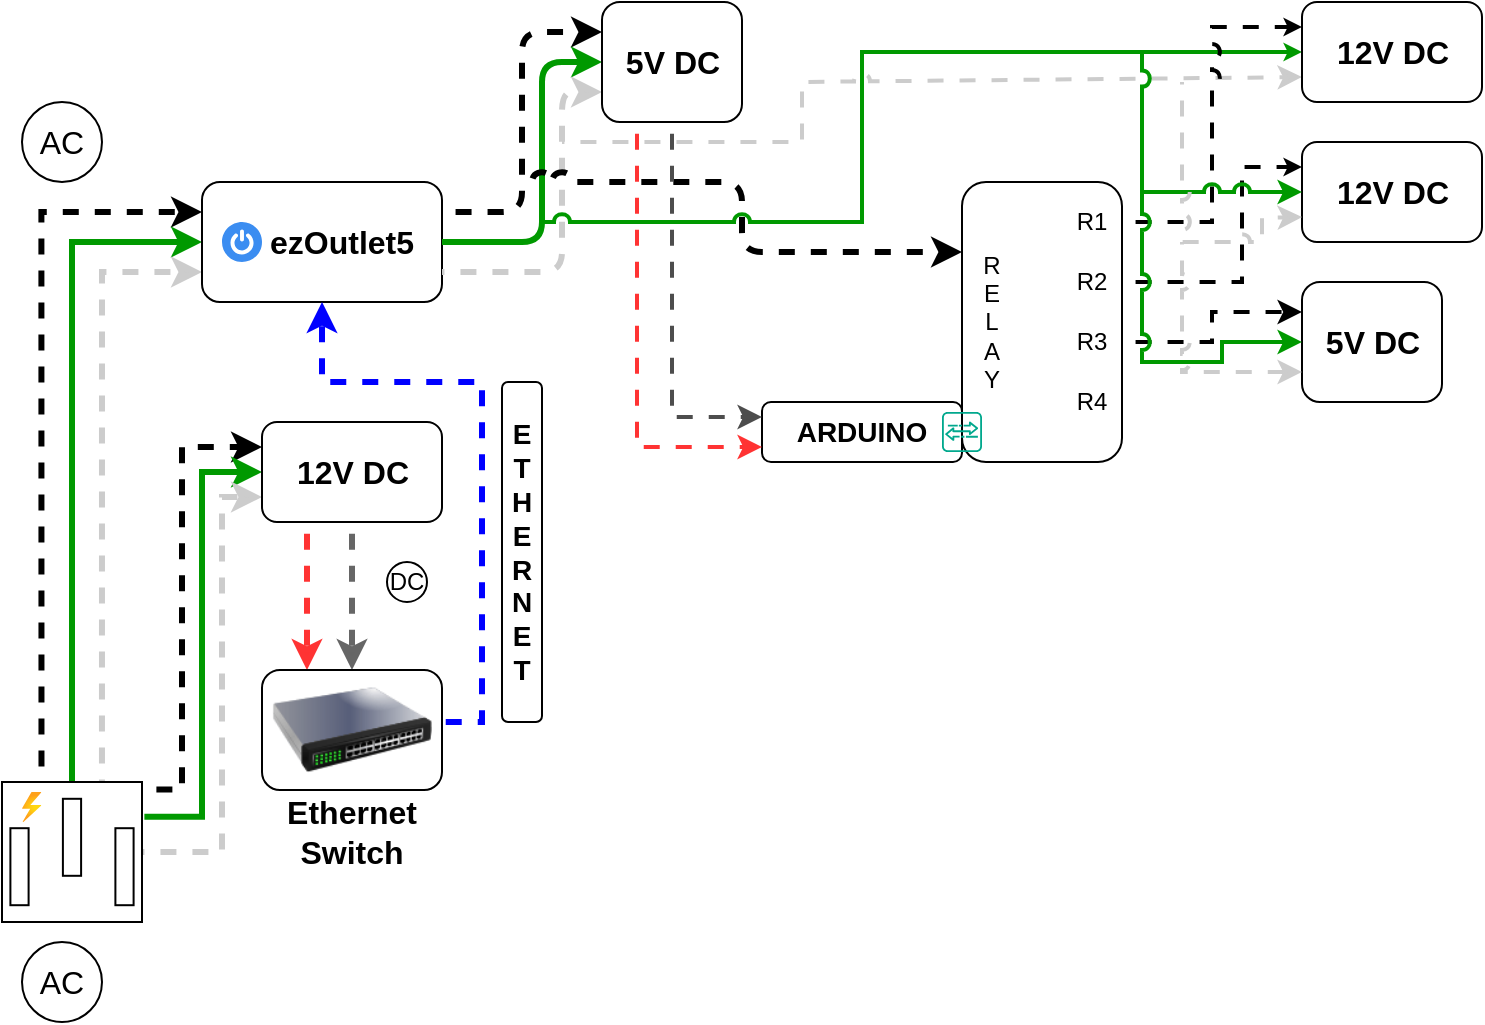
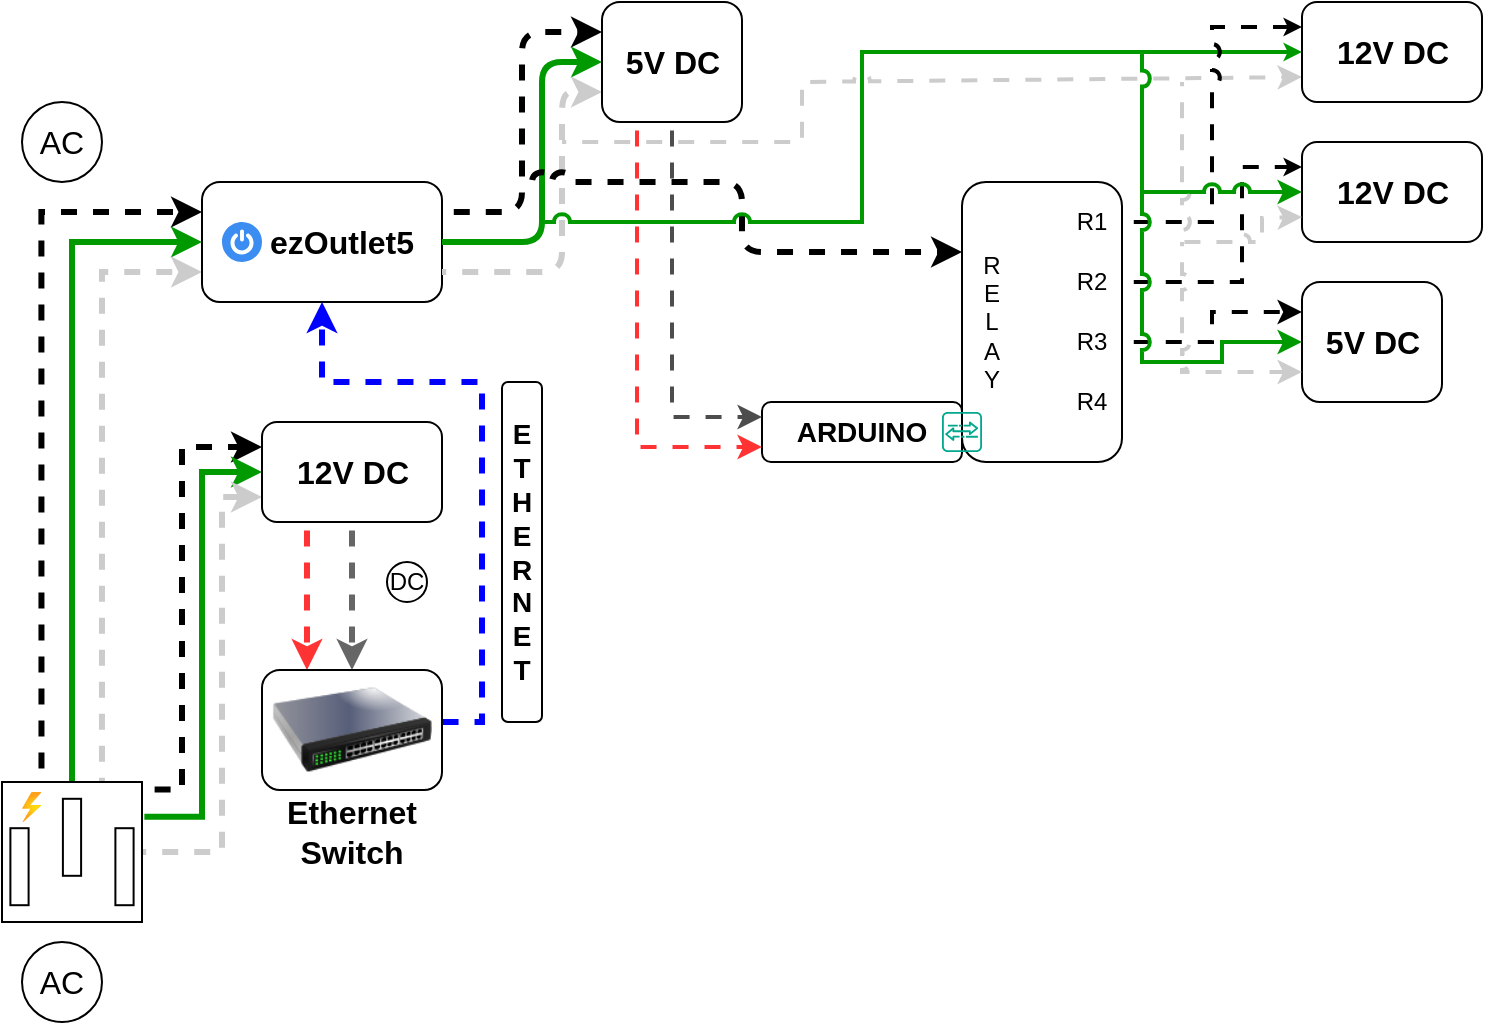
<mxfile host="app.diagrams.net" agent="Mozilla/5.0 (Windows NT 10.0; Win64; x64) AppleWebKit/537.36 (KHTML, like Gecko) Chrome/131.0.0.0 Safari/537.36 Edg/131.0.0.0" version="25.0.3">
  <diagram name="Page-1" id="VlRkN-xOVygPYa-iD9Ir">
-     <mxGraphModel dx="202" dy="127" grid="1" gridSize="10" guides="1" tooltips="1" connect="1" arrows="1" fold="1" page="1" pageScale="1" pageWidth="1169" pageHeight="827" background="none" math="0" shadow="0">
+     <mxGraphModel dx="1750" dy="1097" grid="1" gridSize="10" guides="1" tooltips="1" connect="1" arrows="1" fold="1" page="1" pageScale="1" pageWidth="1600" pageHeight="900" background="none" math="0" shadow="0">
      <root>
        <mxCell id="0" />
        <mxCell id="1" parent="0" />
        <mxCell id="JVLtuT8sySUBbFbLTn6r-3" style="edgeStyle=orthogonalEdgeStyle;rounded=0;orthogonalLoop=1;jettySize=auto;html=1;entryX=0;entryY=0.25;entryDx=0;entryDy=0;exitX=0.282;exitY=-0.013;exitDx=0;exitDy=0;exitPerimeter=0;strokeWidth=3;flowAnimation=1;flowAnimationDirection=alternate;flowAnimationTimingFunction=ease-in-out;flowAnimationDuration=1500;" edge="1" parent="1" source="pD8juBFKP1GN8B8eYQTb-1" target="pD8juBFKP1GN8B8eYQTb-3">
          <mxGeometry relative="1" as="geometry" />
        </mxCell>
        <mxCell id="JVLtuT8sySUBbFbLTn6r-4" style="edgeStyle=orthogonalEdgeStyle;rounded=0;orthogonalLoop=1;jettySize=auto;html=1;exitX=0.5;exitY=0;exitDx=0;exitDy=0;exitPerimeter=0;entryX=0;entryY=0.5;entryDx=0;entryDy=0;strokeColor=#009900;strokeWidth=3;" edge="1" parent="1" source="pD8juBFKP1GN8B8eYQTb-1" target="pD8juBFKP1GN8B8eYQTb-3">
          <mxGeometry relative="1" as="geometry" />
        </mxCell>
        <mxCell id="JVLtuT8sySUBbFbLTn6r-5" style="edgeStyle=orthogonalEdgeStyle;rounded=0;orthogonalLoop=1;jettySize=auto;html=1;entryX=0;entryY=0.75;entryDx=0;entryDy=0;exitX=0.714;exitY=0;exitDx=0;exitDy=0;exitPerimeter=0;strokeWidth=3;strokeColor=#CCCCCC;flowAnimation=1;flowAnimationDirection=alternate-reverse;flowAnimationTimingFunction=ease-in-out;flowAnimationDuration=1500;" edge="1" parent="1" source="pD8juBFKP1GN8B8eYQTb-1" target="pD8juBFKP1GN8B8eYQTb-3">
          <mxGeometry relative="1" as="geometry">
            <mxPoint x="120" y="320" as="targetPoint" />
          </mxGeometry>
        </mxCell>
        <mxCell id="JVLtuT8sySUBbFbLTn6r-6" style="edgeStyle=orthogonalEdgeStyle;rounded=0;orthogonalLoop=1;jettySize=auto;html=1;entryX=0;entryY=0.25;entryDx=0;entryDy=0;exitX=1.006;exitY=0.054;exitDx=0;exitDy=0;exitPerimeter=0;strokeWidth=3;flowAnimation=1;flowAnimationDirection=alternate;flowAnimationTimingFunction=ease-in-out;flowAnimationDuration=1500;" edge="1" parent="1" source="pD8juBFKP1GN8B8eYQTb-1" target="pD8juBFKP1GN8B8eYQTb-24">
          <mxGeometry relative="1" as="geometry">
            <Array as="points">
              <mxPoint x="120" y="404" />
              <mxPoint x="120" y="233" />
            </Array>
          </mxGeometry>
        </mxCell>
        <mxCell id="JVLtuT8sySUBbFbLTn6r-7" style="edgeStyle=orthogonalEdgeStyle;rounded=0;orthogonalLoop=1;jettySize=auto;html=1;entryX=0;entryY=0.5;entryDx=0;entryDy=0;exitX=1.017;exitY=0.249;exitDx=0;exitDy=0;exitPerimeter=0;strokeWidth=3;strokeColor=#009900;" edge="1" parent="1" source="pD8juBFKP1GN8B8eYQTb-1" target="pD8juBFKP1GN8B8eYQTb-24">
          <mxGeometry relative="1" as="geometry" />
        </mxCell>
        <mxCell id="JVLtuT8sySUBbFbLTn6r-8" style="edgeStyle=orthogonalEdgeStyle;rounded=0;orthogonalLoop=1;jettySize=auto;html=1;entryX=0;entryY=0.75;entryDx=0;entryDy=0;strokeColor=#CCCCCC;strokeWidth=3;flowAnimation=1;flowAnimationDirection=alternate-reverse;flowAnimationTimingFunction=ease-in-out;flowAnimationDuration=1500;" edge="1" parent="1" source="pD8juBFKP1GN8B8eYQTb-1" target="pD8juBFKP1GN8B8eYQTb-24">
          <mxGeometry relative="1" as="geometry">
            <Array as="points">
              <mxPoint x="140" y="435" />
              <mxPoint x="140" y="258" />
            </Array>
          </mxGeometry>
        </mxCell>
        <mxCell id="JVLtuT8sySUBbFbLTn6r-1" value="" style="group" vertex="1" connectable="0" parent="1">
          <mxGeometry x="30" y="480" width="60" height="40" as="geometry" />
        </mxCell>
        <mxCell id="pD8juBFKP1GN8B8eYQTb-22" value="AC" style="text;html=1;align=center;verticalAlign=middle;whiteSpace=wrap;rounded=0;fontSize=16;" parent="JVLtuT8sySUBbFbLTn6r-1" vertex="1">
          <mxGeometry y="5" width="60" height="30" as="geometry" />
        </mxCell>
        <mxCell id="pD8juBFKP1GN8B8eYQTb-23" value="" style="ellipse;whiteSpace=wrap;html=1;fillColor=none;" parent="JVLtuT8sySUBbFbLTn6r-1" vertex="1">
          <mxGeometry x="10" width="40" height="40" as="geometry" />
        </mxCell>
        <mxCell id="JVLtuT8sySUBbFbLTn6r-2" value="" style="group" vertex="1" connectable="0" parent="1">
          <mxGeometry x="30" y="60" width="60" height="40" as="geometry" />
        </mxCell>
        <mxCell id="pD8juBFKP1GN8B8eYQTb-9" value="" style="ellipse;whiteSpace=wrap;html=1;fillColor=none;" parent="JVLtuT8sySUBbFbLTn6r-2" vertex="1">
          <mxGeometry x="10" width="40" height="40" as="geometry" />
        </mxCell>
        <mxCell id="pD8juBFKP1GN8B8eYQTb-11" value="AC" style="text;html=1;align=center;verticalAlign=middle;whiteSpace=wrap;rounded=0;fontSize=16;" parent="JVLtuT8sySUBbFbLTn6r-2" vertex="1">
          <mxGeometry y="5" width="60" height="30" as="geometry" />
        </mxCell>
        <mxCell id="JVLtuT8sySUBbFbLTn6r-9" value="" style="group" vertex="1" connectable="0" parent="1">
          <mxGeometry x="130" y="100" width="120" height="60" as="geometry" />
        </mxCell>
        <mxCell id="JVLtuT8sySUBbFbLTn6r-16" value="" style="group" vertex="1" connectable="0" parent="JVLtuT8sySUBbFbLTn6r-9">
          <mxGeometry width="120" height="60" as="geometry" />
        </mxCell>
        <mxCell id="pD8juBFKP1GN8B8eYQTb-3" value="" style="rounded=1;whiteSpace=wrap;html=1;" parent="JVLtuT8sySUBbFbLTn6r-16" vertex="1">
          <mxGeometry width="120" height="60" as="geometry" />
        </mxCell>
        <mxCell id="JVLtuT8sySUBbFbLTn6r-13" value="" style="sketch=0;html=1;aspect=fixed;strokeColor=none;shadow=0;fillColor=#3B8DF1;verticalAlign=top;labelPosition=center;verticalLabelPosition=bottom;shape=mxgraph.gcp2.a7_power" vertex="1" parent="JVLtuT8sySUBbFbLTn6r-16">
          <mxGeometry x="10" y="20" width="20" height="20" as="geometry" />
        </mxCell>
        <mxCell id="pD8juBFKP1GN8B8eYQTb-15" value="&lt;b&gt;ezOutlet5&lt;/b&gt;" style="text;html=1;align=center;verticalAlign=middle;whiteSpace=wrap;rounded=0;fontSize=16;" parent="JVLtuT8sySUBbFbLTn6r-16" vertex="1">
          <mxGeometry x="40" y="10" width="60" height="40" as="geometry" />
        </mxCell>
        <mxCell id="JVLtuT8sySUBbFbLTn6r-11" value="" style="group" vertex="1" connectable="0" parent="1">
          <mxGeometry x="160" y="220" width="90" height="50" as="geometry" />
        </mxCell>
        <mxCell id="JVLtuT8sySUBbFbLTn6r-72" value="" style="group" vertex="1" connectable="0" parent="JVLtuT8sySUBbFbLTn6r-11">
          <mxGeometry width="90" height="50" as="geometry" />
        </mxCell>
        <mxCell id="pD8juBFKP1GN8B8eYQTb-24" value="" style="rounded=1;whiteSpace=wrap;html=1;" parent="JVLtuT8sySUBbFbLTn6r-72" vertex="1">
          <mxGeometry width="90" height="50" as="geometry" />
        </mxCell>
        <mxCell id="JVLtuT8sySUBbFbLTn6r-10" value="&lt;font style=&quot;font-size: 16px;&quot;&gt;&lt;b&gt;12V DC&lt;/b&gt;&lt;/font&gt;" style="text;html=1;align=center;verticalAlign=middle;whiteSpace=wrap;rounded=0;" vertex="1" parent="JVLtuT8sySUBbFbLTn6r-72">
          <mxGeometry x="15.75" y="10" width="58.5" height="30" as="geometry" />
        </mxCell>
        <mxCell id="JVLtuT8sySUBbFbLTn6r-18" value="" style="group" vertex="1" connectable="0" parent="1">
          <mxGeometry x="30" y="400" width="70" height="70" as="geometry" />
        </mxCell>
        <mxCell id="pD8juBFKP1GN8B8eYQTb-1" value="" style="pointerEvents=1;verticalLabelPosition=bottom;shadow=0;dashed=0;align=center;html=1;verticalAlign=top;shape=mxgraph.electrical.miscellaneous.ac_out" parent="JVLtuT8sySUBbFbLTn6r-18" vertex="1">
          <mxGeometry width="70" height="70" as="geometry" />
        </mxCell>
        <mxCell id="JVLtuT8sySUBbFbLTn6r-12" value="" style="image;aspect=fixed;html=1;points=[];align=center;fontSize=12;image=img/lib/azure2/general/Power.svg;" vertex="1" parent="JVLtuT8sySUBbFbLTn6r-18">
          <mxGeometry x="10" y="5" width="9.72" height="15" as="geometry" />
        </mxCell>
        <mxCell id="JVLtuT8sySUBbFbLTn6r-23" style="edgeStyle=orthogonalEdgeStyle;rounded=0;orthogonalLoop=1;jettySize=auto;html=1;entryX=0.25;entryY=0;entryDx=0;entryDy=0;exitX=0.25;exitY=1;exitDx=0;exitDy=0;strokeColor=#FF3333;strokeWidth=3;flowAnimation=1;" edge="1" parent="1" source="pD8juBFKP1GN8B8eYQTb-24" target="JVLtuT8sySUBbFbLTn6r-19">
          <mxGeometry relative="1" as="geometry" />
        </mxCell>
        <mxCell id="JVLtuT8sySUBbFbLTn6r-28" value="" style="group" vertex="1" connectable="0" parent="1">
          <mxGeometry x="220" y="290" width="25" height="20" as="geometry" />
        </mxCell>
        <mxCell id="JVLtuT8sySUBbFbLTn6r-26" value="" style="ellipse;whiteSpace=wrap;html=1;aspect=fixed;" vertex="1" parent="JVLtuT8sySUBbFbLTn6r-28">
          <mxGeometry x="2.5" width="20" height="20" as="geometry" />
        </mxCell>
        <mxCell id="JVLtuT8sySUBbFbLTn6r-27" value="&lt;font&gt;DC&lt;/font&gt;" style="text;html=1;align=center;verticalAlign=middle;whiteSpace=wrap;rounded=0;" vertex="1" parent="JVLtuT8sySUBbFbLTn6r-28">
          <mxGeometry y="2.5" width="25" height="15" as="geometry" />
        </mxCell>
        <mxCell id="JVLtuT8sySUBbFbLTn6r-29" style="edgeStyle=orthogonalEdgeStyle;rounded=0;orthogonalLoop=1;jettySize=auto;html=1;exitX=0.5;exitY=1;exitDx=0;exitDy=0;entryX=0.5;entryY=0;entryDx=0;entryDy=0;strokeWidth=3;flowAnimation=1;strokeColor=#666666;" edge="1" parent="1" source="pD8juBFKP1GN8B8eYQTb-24" target="JVLtuT8sySUBbFbLTn6r-19">
          <mxGeometry relative="1" as="geometry" />
        </mxCell>
        <mxCell id="JVLtuT8sySUBbFbLTn6r-30" style="edgeStyle=orthogonalEdgeStyle;rounded=0;orthogonalLoop=1;jettySize=auto;html=1;exitX=1;exitY=0.5;exitDx=0;exitDy=0;entryX=0.5;entryY=1;entryDx=0;entryDy=0;strokeColor=#0000FF;strokeWidth=3;flowAnimation=1;" edge="1" parent="1" source="JVLtuT8sySUBbFbLTn6r-19" target="pD8juBFKP1GN8B8eYQTb-3">
          <mxGeometry relative="1" as="geometry">
            <Array as="points">
              <mxPoint x="270" y="370" />
              <mxPoint x="270" y="200" />
              <mxPoint x="190" y="200" />
            </Array>
          </mxGeometry>
        </mxCell>
        <mxCell id="JVLtuT8sySUBbFbLTn6r-31" value="" style="rounded=1;whiteSpace=wrap;html=1;" vertex="1" parent="1">
          <mxGeometry x="280" y="200" width="20" height="170" as="geometry" />
        </mxCell>
        <mxCell id="JVLtuT8sySUBbFbLTn6r-32" value="&lt;b&gt;&lt;font style=&quot;font-size: 14px;&quot;&gt;E&lt;/font&gt;&lt;/b&gt;&lt;div&gt;&lt;b&gt;&lt;font style=&quot;font-size: 14px;&quot;&gt;T&lt;/font&gt;&lt;/b&gt;&lt;/div&gt;&lt;div&gt;&lt;b&gt;&lt;font style=&quot;font-size: 14px;&quot;&gt;H&lt;/font&gt;&lt;/b&gt;&lt;/div&gt;&lt;div&gt;&lt;b&gt;&lt;font style=&quot;font-size: 14px;&quot;&gt;E&lt;/font&gt;&lt;/b&gt;&lt;/div&gt;&lt;div&gt;&lt;b&gt;&lt;font style=&quot;font-size: 14px;&quot;&gt;R&lt;/font&gt;&lt;/b&gt;&lt;/div&gt;&lt;div&gt;&lt;b&gt;&lt;font style=&quot;font-size: 14px;&quot;&gt;N&lt;/font&gt;&lt;/b&gt;&lt;/div&gt;&lt;div&gt;&lt;b&gt;&lt;font style=&quot;font-size: 14px;&quot;&gt;E&lt;/font&gt;&lt;/b&gt;&lt;/div&gt;&lt;div&gt;&lt;b&gt;&lt;font style=&quot;font-size: 14px;&quot;&gt;T&lt;/font&gt;&lt;/b&gt;&lt;/div&gt;" style="text;html=1;align=center;verticalAlign=middle;whiteSpace=wrap;rounded=0;" vertex="1" parent="1">
          <mxGeometry x="275" y="180" width="30" height="210" as="geometry" />
        </mxCell>
        <mxCell id="JVLtuT8sySUBbFbLTn6r-33" value="" style="rounded=1;whiteSpace=wrap;html=1;" vertex="1" parent="1">
          <mxGeometry x="510" y="100" width="80" height="140" as="geometry" />
        </mxCell>
        <mxCell id="JVLtuT8sySUBbFbLTn6r-35" style="edgeStyle=orthogonalEdgeStyle;rounded=1;orthogonalLoop=1;jettySize=auto;html=1;exitX=1;exitY=0.25;exitDx=0;exitDy=0;entryX=0;entryY=0.25;entryDx=0;entryDy=0;curved=0;strokeWidth=3;flowAnimation=1;flowAnimationDirection=alternate;flowAnimationTimingFunction=ease-in-out;flowAnimationDuration=1500;" edge="1" parent="1" source="pD8juBFKP1GN8B8eYQTb-3" target="JVLtuT8sySUBbFbLTn6r-34">
          <mxGeometry relative="1" as="geometry" />
        </mxCell>
        <mxCell id="JVLtuT8sySUBbFbLTn6r-36" style="edgeStyle=orthogonalEdgeStyle;rounded=1;orthogonalLoop=1;jettySize=auto;html=1;exitX=1;exitY=0.5;exitDx=0;exitDy=0;entryX=0;entryY=0.5;entryDx=0;entryDy=0;curved=0;strokeWidth=3;strokeColor=#009900;" edge="1" parent="1" source="pD8juBFKP1GN8B8eYQTb-3" target="JVLtuT8sySUBbFbLTn6r-34">
          <mxGeometry relative="1" as="geometry">
            <Array as="points">
              <mxPoint x="300" y="130" />
              <mxPoint x="300" y="40" />
            </Array>
          </mxGeometry>
        </mxCell>
        <mxCell id="JVLtuT8sySUBbFbLTn6r-37" style="edgeStyle=orthogonalEdgeStyle;rounded=1;orthogonalLoop=1;jettySize=auto;html=1;exitX=1;exitY=0.75;exitDx=0;exitDy=0;entryX=0;entryY=0.75;entryDx=0;entryDy=0;curved=0;strokeColor=#CCCCCC;strokeWidth=3;flowAnimation=1;flowAnimationDirection=alternate-reverse;flowAnimationTimingFunction=ease-in-out;flowAnimationDuration=1500;" edge="1" parent="1" source="pD8juBFKP1GN8B8eYQTb-3" target="JVLtuT8sySUBbFbLTn6r-34">
          <mxGeometry relative="1" as="geometry">
            <Array as="points">
              <mxPoint x="310" y="145" />
              <mxPoint x="310" y="55" />
            </Array>
          </mxGeometry>
        </mxCell>
        <mxCell id="JVLtuT8sySUBbFbLTn6r-40" value="" style="endArrow=classic;html=1;rounded=1;curved=0;entryX=0;entryY=0.25;entryDx=0;entryDy=0;jumpStyle=arc;strokeWidth=3;flowAnimation=1;flowAnimationDirection=alternate;flowAnimationTimingFunction=ease-in-out;flowAnimationDuration=1500;" edge="1" parent="1" target="JVLtuT8sySUBbFbLTn6r-33">
          <mxGeometry width="50" height="50" relative="1" as="geometry">
            <mxPoint x="290" y="100" as="sourcePoint" />
            <mxPoint x="410" y="170" as="targetPoint" />
            <Array as="points">
              <mxPoint x="400" y="100" />
              <mxPoint x="400" y="135" />
            </Array>
          </mxGeometry>
        </mxCell>
        <mxCell id="JVLtuT8sySUBbFbLTn6r-51" value="" style="group" vertex="1" connectable="0" parent="1">
          <mxGeometry x="160" y="344" width="90" height="96" as="geometry" />
        </mxCell>
        <mxCell id="JVLtuT8sySUBbFbLTn6r-21" value="" style="group" vertex="1" connectable="0" parent="JVLtuT8sySUBbFbLTn6r-51">
          <mxGeometry width="90" height="70" as="geometry" />
        </mxCell>
        <mxCell id="JVLtuT8sySUBbFbLTn6r-50" value="" style="group" vertex="1" connectable="0" parent="JVLtuT8sySUBbFbLTn6r-21">
          <mxGeometry width="90" height="70" as="geometry" />
        </mxCell>
        <mxCell id="JVLtuT8sySUBbFbLTn6r-19" value="" style="rounded=1;whiteSpace=wrap;html=1;" vertex="1" parent="JVLtuT8sySUBbFbLTn6r-50">
          <mxGeometry width="90" height="60" as="geometry" />
        </mxCell>
        <mxCell id="JVLtuT8sySUBbFbLTn6r-49" value="" style="image;html=1;image=img/lib/clip_art/networking/Switch_128x128.png" vertex="1" parent="JVLtuT8sySUBbFbLTn6r-50">
          <mxGeometry x="5" y="-10" width="80" height="80" as="geometry" />
        </mxCell>
        <mxCell id="JVLtuT8sySUBbFbLTn6r-20" value="&lt;b&gt;&lt;font style=&quot;font-size: 16px;&quot;&gt;Ethernet&lt;/font&gt;&lt;/b&gt;&lt;div&gt;&lt;b&gt;&lt;font style=&quot;font-size: 16px;&quot;&gt;Switch&lt;/font&gt;&lt;/b&gt;&lt;/div&gt;" style="text;html=1;align=center;verticalAlign=middle;whiteSpace=wrap;rounded=0;" vertex="1" parent="JVLtuT8sySUBbFbLTn6r-51">
          <mxGeometry x="15" y="66" width="60" height="30" as="geometry" />
        </mxCell>
        <mxCell id="JVLtuT8sySUBbFbLTn6r-53" value="" style="group" vertex="1" connectable="0" parent="1">
          <mxGeometry x="330" y="10" width="70" height="60" as="geometry" />
        </mxCell>
        <mxCell id="JVLtuT8sySUBbFbLTn6r-71" value="" style="group" vertex="1" connectable="0" parent="JVLtuT8sySUBbFbLTn6r-53">
          <mxGeometry width="70" height="60" as="geometry" />
        </mxCell>
        <mxCell id="JVLtuT8sySUBbFbLTn6r-34" value="" style="rounded=1;whiteSpace=wrap;html=1;" vertex="1" parent="JVLtuT8sySUBbFbLTn6r-71">
          <mxGeometry width="70" height="60" as="geometry" />
        </mxCell>
        <mxCell id="JVLtuT8sySUBbFbLTn6r-52" value="&lt;font style=&quot;font-size: 16px;&quot;&gt;&lt;b&gt;5&lt;/b&gt;&lt;/font&gt;&lt;b style=&quot;font-size: 16px; background-color: initial;&quot;&gt;V DC&lt;/b&gt;" style="text;html=1;align=center;verticalAlign=middle;whiteSpace=wrap;rounded=0;" vertex="1" parent="JVLtuT8sySUBbFbLTn6r-71">
          <mxGeometry x="5.75" y="15" width="58.5" height="30" as="geometry" />
        </mxCell>
        <mxCell id="JVLtuT8sySUBbFbLTn6r-54" value="" style="endArrow=classic;html=1;rounded=0;entryX=0;entryY=0.5;entryDx=0;entryDy=0;jumpStyle=arc;strokeColor=#009900;strokeWidth=2;endSize=3;" edge="1" parent="1" target="JVLtuT8sySUBbFbLTn6r-74">
          <mxGeometry width="50" height="50" relative="1" as="geometry">
            <mxPoint x="300" y="120" as="sourcePoint" />
            <mxPoint x="350" y="80" as="targetPoint" />
            <Array as="points">
              <mxPoint x="460" y="120" />
              <mxPoint x="460" y="35" />
            </Array>
          </mxGeometry>
        </mxCell>
        <mxCell id="JVLtuT8sySUBbFbLTn6r-55" value="" style="endArrow=classic;html=1;rounded=0;entryX=0;entryY=0.75;entryDx=0;entryDy=0;strokeColor=#CCCCCC;strokeWidth=2;jumpStyle=arc;flowAnimation=1;flowAnimationDirection=alternate-reverse;flowAnimationTimingFunction=ease-in-out;flowAnimationDuration=1500;" edge="1" parent="1" target="JVLtuT8sySUBbFbLTn6r-74">
          <mxGeometry width="50" height="50" relative="1" as="geometry">
            <mxPoint x="310" y="80" as="sourcePoint" />
            <mxPoint x="350" y="140" as="targetPoint" />
            <Array as="points">
              <mxPoint x="430" y="80" />
              <mxPoint x="430" y="50" />
              <mxPoint x="520" y="50" />
            </Array>
          </mxGeometry>
        </mxCell>
        <mxCell id="JVLtuT8sySUBbFbLTn6r-56" value="R&lt;div&gt;E&lt;/div&gt;&lt;div&gt;L&lt;/div&gt;&lt;div&gt;A&lt;/div&gt;&lt;div&gt;Y&lt;/div&gt;" style="text;html=1;align=center;verticalAlign=middle;whiteSpace=wrap;rounded=0;" vertex="1" parent="1">
          <mxGeometry x="510" y="135" width="30" height="70" as="geometry" />
        </mxCell>
        <mxCell id="JVLtuT8sySUBbFbLTn6r-79" style="edgeStyle=orthogonalEdgeStyle;rounded=0;orthogonalLoop=1;jettySize=auto;html=1;exitX=1;exitY=0.5;exitDx=0;exitDy=0;entryX=0;entryY=0.25;entryDx=0;entryDy=0;strokeWidth=2;flowAnimation=1;flowAnimationDirection=alternate;flowAnimationTimingFunction=ease-in-out;flowAnimationDuration=1500;jumpStyle=arc;endSize=3;" edge="1" parent="1" source="JVLtuT8sySUBbFbLTn6r-57" target="JVLtuT8sySUBbFbLTn6r-74">
          <mxGeometry relative="1" as="geometry" />
        </mxCell>
        <mxCell id="JVLtuT8sySUBbFbLTn6r-57" value="R1" style="text;html=1;align=center;verticalAlign=middle;whiteSpace=wrap;rounded=0;" vertex="1" parent="1">
          <mxGeometry x="560" y="105" width="30" height="30" as="geometry" />
        </mxCell>
        <mxCell id="JVLtuT8sySUBbFbLTn6r-80" style="edgeStyle=orthogonalEdgeStyle;rounded=0;orthogonalLoop=1;jettySize=auto;html=1;exitX=1;exitY=0.5;exitDx=0;exitDy=0;entryX=0;entryY=0.25;entryDx=0;entryDy=0;strokeWidth=2;flowAnimation=1;flowAnimationDirection=alternate;flowAnimationTimingFunction=ease-in-out;flowAnimationDuration=1500;endSize=3;jumpStyle=arc;" edge="1" parent="1" source="JVLtuT8sySUBbFbLTn6r-58" target="JVLtuT8sySUBbFbLTn6r-77">
          <mxGeometry relative="1" as="geometry">
            <Array as="points">
              <mxPoint x="650" y="150" />
              <mxPoint x="650" y="93" />
            </Array>
          </mxGeometry>
        </mxCell>
        <mxCell id="JVLtuT8sySUBbFbLTn6r-58" value="R2" style="text;html=1;align=center;verticalAlign=middle;whiteSpace=wrap;rounded=0;" vertex="1" parent="1">
          <mxGeometry x="560" y="135" width="30" height="30" as="geometry" />
        </mxCell>
        <mxCell id="JVLtuT8sySUBbFbLTn6r-81" style="edgeStyle=orthogonalEdgeStyle;rounded=0;orthogonalLoop=1;jettySize=auto;html=1;exitX=1;exitY=0.5;exitDx=0;exitDy=0;entryX=0;entryY=0.25;entryDx=0;entryDy=0;strokeWidth=2;flowAnimation=1;flowAnimationDirection=alternate;flowAnimationTimingFunction=ease-in-out;flowAnimationDuration=1500;jumpStyle=arc;" edge="1" parent="1" source="JVLtuT8sySUBbFbLTn6r-59" target="JVLtuT8sySUBbFbLTn6r-63">
          <mxGeometry relative="1" as="geometry" />
        </mxCell>
        <mxCell id="JVLtuT8sySUBbFbLTn6r-59" value="R3" style="text;html=1;align=center;verticalAlign=middle;whiteSpace=wrap;rounded=0;" vertex="1" parent="1">
          <mxGeometry x="560" y="165" width="30" height="30" as="geometry" />
        </mxCell>
        <mxCell id="JVLtuT8sySUBbFbLTn6r-60" value="R4" style="text;html=1;align=center;verticalAlign=middle;whiteSpace=wrap;rounded=0;" vertex="1" parent="1">
          <mxGeometry x="560" y="195" width="30" height="30" as="geometry" />
        </mxCell>
        <mxCell id="JVLtuT8sySUBbFbLTn6r-67" value="" style="group" vertex="1" connectable="0" parent="1">
          <mxGeometry x="680" y="150" width="70" height="60" as="geometry" />
        </mxCell>
        <mxCell id="JVLtuT8sySUBbFbLTn6r-63" value="" style="rounded=1;whiteSpace=wrap;html=1;" vertex="1" parent="JVLtuT8sySUBbFbLTn6r-67">
          <mxGeometry width="70" height="60" as="geometry" />
        </mxCell>
        <mxCell id="JVLtuT8sySUBbFbLTn6r-62" value="" style="group" vertex="1" connectable="0" parent="JVLtuT8sySUBbFbLTn6r-67">
          <mxGeometry width="70" height="60" as="geometry" />
        </mxCell>
        <mxCell id="JVLtuT8sySUBbFbLTn6r-64" value="&lt;font style=&quot;font-size: 16px;&quot;&gt;&lt;b&gt;5&lt;/b&gt;&lt;/font&gt;&lt;b style=&quot;font-size: 16px; background-color: initial;&quot;&gt;V DC&lt;/b&gt;" style="text;html=1;align=center;verticalAlign=middle;whiteSpace=wrap;rounded=0;" vertex="1" parent="JVLtuT8sySUBbFbLTn6r-62">
          <mxGeometry x="5.75" y="15" width="58.5" height="30" as="geometry" />
        </mxCell>
        <mxCell id="JVLtuT8sySUBbFbLTn6r-73" value="" style="group" vertex="1" connectable="0" parent="1">
          <mxGeometry x="680" y="10" width="90" height="50" as="geometry" />
        </mxCell>
        <mxCell id="JVLtuT8sySUBbFbLTn6r-74" value="" style="rounded=1;whiteSpace=wrap;html=1;" vertex="1" parent="JVLtuT8sySUBbFbLTn6r-73">
          <mxGeometry width="90" height="50" as="geometry" />
        </mxCell>
        <mxCell id="JVLtuT8sySUBbFbLTn6r-75" value="&lt;font style=&quot;font-size: 16px;&quot;&gt;&lt;b&gt;12V DC&lt;/b&gt;&lt;/font&gt;" style="text;html=1;align=center;verticalAlign=middle;whiteSpace=wrap;rounded=0;" vertex="1" parent="JVLtuT8sySUBbFbLTn6r-73">
          <mxGeometry x="15.75" y="10" width="58.5" height="30" as="geometry" />
        </mxCell>
        <mxCell id="JVLtuT8sySUBbFbLTn6r-76" value="" style="group" vertex="1" connectable="0" parent="1">
          <mxGeometry x="680" y="80" width="90" height="50" as="geometry" />
        </mxCell>
        <mxCell id="JVLtuT8sySUBbFbLTn6r-77" value="" style="rounded=1;whiteSpace=wrap;html=1;" vertex="1" parent="JVLtuT8sySUBbFbLTn6r-76">
          <mxGeometry width="90" height="50" as="geometry" />
        </mxCell>
        <mxCell id="JVLtuT8sySUBbFbLTn6r-78" value="&lt;font style=&quot;font-size: 16px;&quot;&gt;&lt;b&gt;12V DC&lt;/b&gt;&lt;/font&gt;" style="text;html=1;align=center;verticalAlign=middle;whiteSpace=wrap;rounded=0;" vertex="1" parent="JVLtuT8sySUBbFbLTn6r-76">
          <mxGeometry x="15.75" y="10" width="58.5" height="30" as="geometry" />
        </mxCell>
        <mxCell id="JVLtuT8sySUBbFbLTn6r-82" value="" style="endArrow=classic;html=1;rounded=0;entryX=0;entryY=0.5;entryDx=0;entryDy=0;jumpStyle=arc;strokeColor=#009900;strokeWidth=2;" edge="1" parent="1" target="JVLtuT8sySUBbFbLTn6r-77">
          <mxGeometry width="50" height="50" relative="1" as="geometry">
            <mxPoint x="600" y="35" as="sourcePoint" />
            <mxPoint x="660" y="105" as="targetPoint" />
            <Array as="points">
              <mxPoint x="600" y="105" />
            </Array>
          </mxGeometry>
        </mxCell>
        <mxCell id="JVLtuT8sySUBbFbLTn6r-83" value="" style="endArrow=classic;html=1;rounded=0;entryX=0;entryY=0.75;entryDx=0;entryDy=0;strokeWidth=2;strokeColor=#CCCCCC;flowAnimation=1;flowAnimationTimingFunction=ease-in-out;flowAnimationDirection=alternate-reverse;jumpStyle=arc;flowAnimationDuration=1500;" edge="1" parent="1" target="JVLtuT8sySUBbFbLTn6r-77">
          <mxGeometry width="50" height="50" relative="1" as="geometry">
            <mxPoint x="620" y="50" as="sourcePoint" />
            <mxPoint x="480" y="40" as="targetPoint" />
            <Array as="points">
              <mxPoint x="620" y="130" />
              <mxPoint x="660" y="130" />
              <mxPoint x="660" y="118" />
            </Array>
          </mxGeometry>
        </mxCell>
        <mxCell id="JVLtuT8sySUBbFbLTn6r-88" value="" style="endArrow=classic;html=1;rounded=0;entryX=0;entryY=0.5;entryDx=0;entryDy=0;strokeColor=#009900;strokeWidth=2;jumpStyle=arc;" edge="1" parent="1" target="JVLtuT8sySUBbFbLTn6r-63">
          <mxGeometry width="50" height="50" relative="1" as="geometry">
            <mxPoint x="600" y="100" as="sourcePoint" />
            <mxPoint x="600" y="140" as="targetPoint" />
            <Array as="points">
              <mxPoint x="600" y="190" />
              <mxPoint x="640" y="190" />
              <mxPoint x="640" y="180" />
            </Array>
          </mxGeometry>
        </mxCell>
        <mxCell id="JVLtuT8sySUBbFbLTn6r-89" value="" style="endArrow=classic;html=1;rounded=0;entryX=0;entryY=0.75;entryDx=0;entryDy=0;strokeWidth=2;strokeColor=#CCCCCC;flowAnimation=1;jumpStyle=arc;flowAnimationTimingFunction=ease-in-out;flowAnimationDirection=alternate-reverse;flowAnimationDuration=1500;" edge="1" parent="1" target="JVLtuT8sySUBbFbLTn6r-63">
          <mxGeometry width="50" height="50" relative="1" as="geometry">
            <mxPoint x="620" y="130" as="sourcePoint" />
            <mxPoint x="600" y="100" as="targetPoint" />
            <Array as="points">
              <mxPoint x="620" y="195" />
            </Array>
          </mxGeometry>
        </mxCell>
        <mxCell id="JVLtuT8sySUBbFbLTn6r-90" value="&lt;b&gt;&lt;font style=&quot;font-size: 14px;&quot;&gt;ARDUINO&lt;/font&gt;&lt;/b&gt;" style="rounded=1;whiteSpace=wrap;html=1;" vertex="1" parent="1">
          <mxGeometry x="410" y="210" width="100" height="30" as="geometry" />
        </mxCell>
        <mxCell id="JVLtuT8sySUBbFbLTn6r-91" style="edgeStyle=orthogonalEdgeStyle;rounded=0;orthogonalLoop=1;jettySize=auto;html=1;exitX=0.25;exitY=1;exitDx=0;exitDy=0;entryX=0;entryY=0.75;entryDx=0;entryDy=0;strokeWidth=2;flowAnimation=1;strokeColor=#FF3333;" edge="1" parent="1" source="JVLtuT8sySUBbFbLTn6r-34" target="JVLtuT8sySUBbFbLTn6r-90">
          <mxGeometry relative="1" as="geometry" />
        </mxCell>
        <mxCell id="JVLtuT8sySUBbFbLTn6r-92" style="edgeStyle=orthogonalEdgeStyle;rounded=0;orthogonalLoop=1;jettySize=auto;html=1;exitX=0.5;exitY=1;exitDx=0;exitDy=0;entryX=0;entryY=0.25;entryDx=0;entryDy=0;strokeWidth=2;flowAnimation=1;strokeColor=#4D4D4D;" edge="1" parent="1" source="JVLtuT8sySUBbFbLTn6r-34" target="JVLtuT8sySUBbFbLTn6r-90">
          <mxGeometry relative="1" as="geometry" />
        </mxCell>
        <mxCell id="JVLtuT8sySUBbFbLTn6r-93" value="" style="sketch=0;outlineConnect=0;fontColor=#232F3E;gradientColor=none;fillColor=#01A88D;strokeColor=none;dashed=0;verticalLabelPosition=bottom;verticalAlign=top;align=center;html=1;fontSize=12;fontStyle=0;aspect=fixed;shape=mxgraph.aws4.agent2;" vertex="1" parent="1">
          <mxGeometry x="500" y="215" width="20" height="20" as="geometry" />
        </mxCell>
      </root>
    </mxGraphModel>
  </diagram>
</mxfile>
